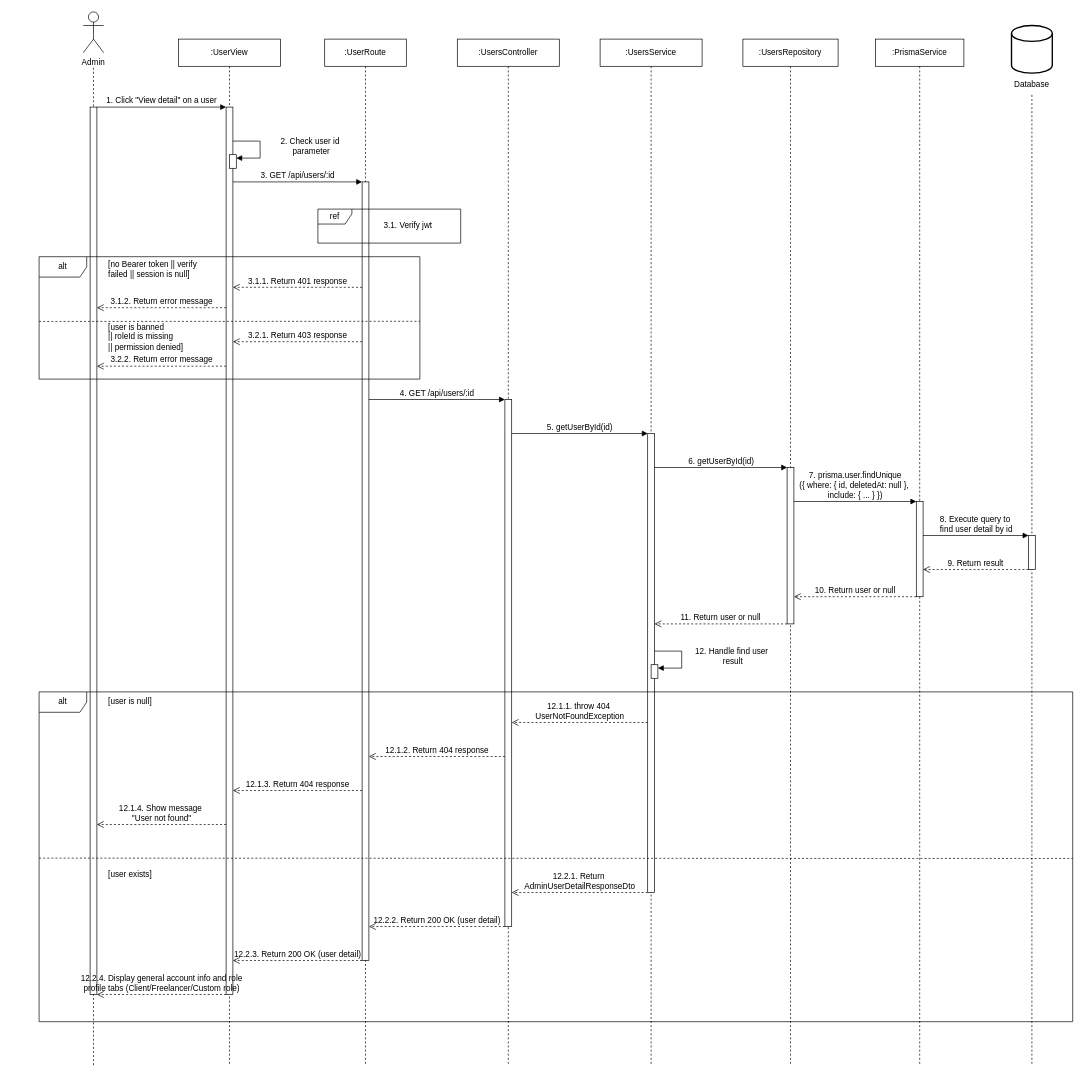
Thunggg/Frevia keeps this draw.io diagram as sequence-diagrams-remake/tthuan/UC-28.02-view-user-detail.drawio. Above is the earlier version. Source tidied: cells renumbered, new cells numbered last; positions are measured from the earlier drawing's top-left corner, leaving out a move shared by most shapes. Both pictures are drawn from the tidied source at 68%, with x=0, y=0 at pixel (39, 12).
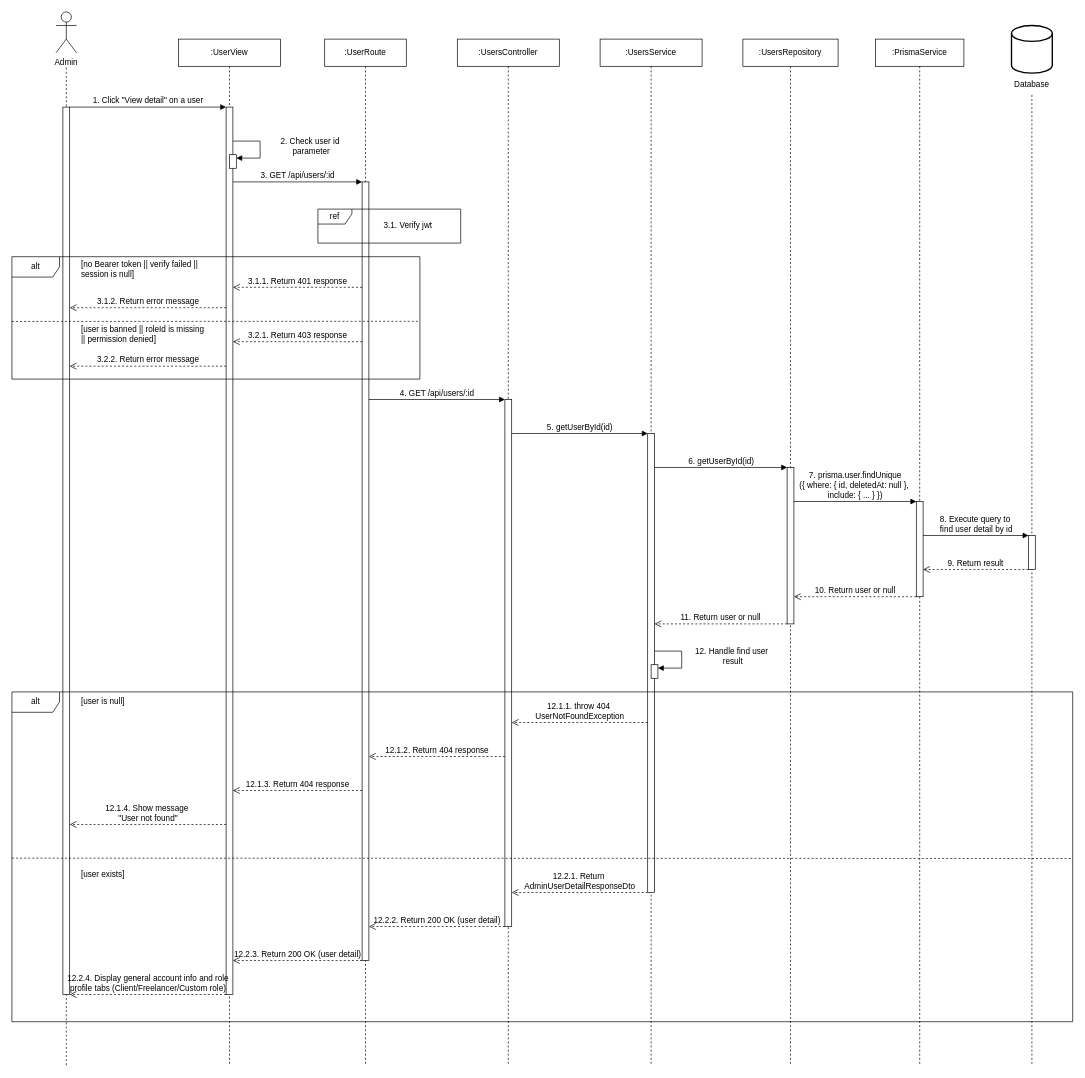
After the change.

Change to the diagram source:
```diff
@@
     <mxCell id="2" value="Admin" style="shape=umlActor;verticalLabelPosition=bottom;verticalAlign=top;html=1;whiteSpace=wrap;labelBackgroundColor=none;" parent="1" vertex="1">
-      <mxGeometry x="65" width="30" height="60" as="geometry" />
+      <mxGeometry x="25" width="30" height="60" as="geometry" />
     </mxCell>
     <mxCell id="3" style="endArrow=none;dashed=1;html=1;rounded=0;labelBackgroundColor=none;" parent="1" edge="1">
       <mxGeometry relative="1" as="geometry">
-        <mxPoint x="80" y="82" as="sourcePoint" />
-        <mxPoint x="80" y="1550" as="targetPoint" />
+        <mxPoint x="40" y="82" as="sourcePoint" />
+        <mxPoint x="40" y="1550" as="targetPoint" />
       </mxGeometry>
     </mxCell>
     <mxCell id="4" style="html=1;perimeter=orthogonalPerimeter;targetShapes=umlLifeline;newEdgeStyle={&quot;curved&quot;:0,&quot;rounded&quot;:0};labelBackgroundColor=none;" parent="1" vertex="1">
-      <mxGeometry x="75" y="140" width="10" height="1305" as="geometry" />
+      <mxGeometry x="35" y="140" width="10" height="1305" as="geometry" />
     </mxCell>
@@
     <mxCell id="21" value="1. Click &quot;View detail&quot; on a user" style="html=1;verticalAlign=bottom;endArrow=block;curved=0;rounded=0;fontSize=12;labelBackgroundColor=none;" parent="1" edge="1">
       <mxGeometry relative="1" as="geometry">
-        <mxPoint x="85" y="140" as="sourcePoint" />
+        <mxPoint x="45" y="140" as="sourcePoint" />
         <mxPoint x="275" y="140" as="targetPoint" />
       </mxGeometry>
     </mxCell>
@@
     <mxCell id="27" value="alt" style="shape=umlFrame;whiteSpace=wrap;html=1;width=70;height=30;fontSize=12;fillColor=none;labelBackgroundColor=none;" parent="1" vertex="1">
-      <mxGeometry y="360" width="560" height="180" as="geometry" />
+      <mxGeometry x="-40" y="360" width="600" height="180" as="geometry" />
     </mxCell>
     <mxCell id="28" value="[no Bearer token || verify failed || session is null]" style="text;html=1;align=left;verticalAlign=middle;whiteSpace=wrap;rounded=0;fontSize=12;labelBackgroundColor=none;" parent="1" vertex="1">
-      <mxGeometry x="100" y="360" width="160" height="36" as="geometry" />
+      <mxGeometry x="60" y="360" width="208" height="36" as="geometry" />
     </mxCell>
@@
     <mxCell id="30" value="3.1.2. Return error message" style="html=1;verticalAlign=bottom;endArrow=open;dashed=1;endSize=8;curved=0;rounded=0;fontSize=12;labelBackgroundColor=none;" parent="1" edge="1">
       <mxGeometry relative="1" as="geometry">
         <mxPoint x="275" y="435" as="sourcePoint" />
-        <mxPoint x="85" y="435" as="targetPoint" />
+        <mxPoint x="45" y="435" as="targetPoint" />
       </mxGeometry>
     </mxCell>
@@
-    <mxCell id="32" value="[user is banned&amp;nbsp;&lt;div&gt;|| roleId is missing&amp;nbsp;&lt;/div&gt;&lt;div&gt;|| permission denied]&lt;/div&gt;" style="text;html=1;align=left;verticalAlign=middle;whiteSpace=wrap;rounded=0;fontSize=12;labelBackgroundColor=none;" parent="1" vertex="1">
-      <mxGeometry x="100" y="458" width="165" height="40" as="geometry" />
+    <mxCell id="32" value="[user is banned || roleId is missing&amp;nbsp;&lt;div&gt;|| permission denied]&lt;/div&gt;" style="text;html=1;align=left;verticalAlign=middle;whiteSpace=wrap;rounded=0;fontSize=12;labelBackgroundColor=none;" parent="1" vertex="1">
+      <mxGeometry x="60" y="458" width="208" height="32" as="geometry" />
     </mxCell>
@@
     <mxCell id="34" value="3.2.2. Return error message" style="html=1;verticalAlign=bottom;endArrow=open;dashed=1;endSize=8;curved=0;rounded=0;fontSize=12;labelBackgroundColor=none;" parent="1" edge="1">
       <mxGeometry relative="1" as="geometry">
         <mxPoint x="275" y="521" as="sourcePoint" />
-        <mxPoint x="85" y="521" as="targetPoint" />
+        <mxPoint x="45" y="521" as="targetPoint" />
       </mxGeometry>
     </mxCell>
@@
     <mxCell id="45" value="alt" style="shape=umlFrame;whiteSpace=wrap;html=1;width=70;height=30;fontSize=12;fillColor=none;labelBackgroundColor=none;" parent="1" vertex="1">
-      <mxGeometry y="1000" width="1520" height="485" as="geometry" />
+      <mxGeometry x="-40" y="1000" width="1560" height="485" as="geometry" />
     </mxCell>
     <mxCell id="46" value="[user is null]" style="text;html=1;align=left;verticalAlign=middle;whiteSpace=wrap;rounded=0;fontSize=12;labelBackgroundColor=none;" parent="1" vertex="1">
-      <mxGeometry x="100" y="1000" width="150" height="30" as="geometry" />
+      <mxGeometry x="60" y="1000" width="150" height="30" as="geometry" />
     </mxCell>
@@
     <mxCell id="50" value="12.1.4. Show message&amp;nbsp;&lt;div&gt;&quot;User not found&quot;&lt;/div&gt;" style="html=1;verticalAlign=bottom;endArrow=open;dashed=1;endSize=8;curved=0;rounded=0;fontSize=12;labelBackgroundColor=none;" parent="1" edge="1">
       <mxGeometry relative="1" as="geometry">
         <mxPoint x="275" y="1195" as="sourcePoint" />
-        <mxPoint x="85" y="1195" as="targetPoint" />
+        <mxPoint x="45" y="1195" as="targetPoint" />
       </mxGeometry>
     </mxCell>
@@
     <mxCell id="52" value="[user exists]" style="text;html=1;align=left;verticalAlign=middle;whiteSpace=wrap;rounded=0;fontSize=12;labelBackgroundColor=none;" parent="1" vertex="1">
-      <mxGeometry x="100" y="1255" width="150" height="25" as="geometry" />
+      <mxGeometry x="60" y="1255" width="150" height="25" as="geometry" />
     </mxCell>
@@
     <mxCell id="56" value="12.2.4. Display general account info and role&lt;br&gt;profile tabs (Client/Freelancer/Custom role)" style="html=1;verticalAlign=bottom;endArrow=open;dashed=1;endSize=8;curved=0;rounded=0;fontSize=12;labelBackgroundColor=none;" parent="1" edge="1">
       <mxGeometry relative="1" as="geometry">
         <mxPoint x="275" y="1445" as="sourcePoint" />
-        <mxPoint x="85" y="1445" as="targetPoint" />
+        <mxPoint x="45" y="1445" as="targetPoint" />
       </mxGeometry>
     </mxCell>
```
